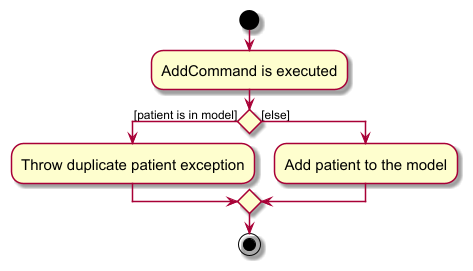
The PlantUML diagram docs/images/AddActivityDiagram.png in nus-cs2103-AY2425S1/tp, before a commit. Source of this version:
```plantuml
@startuml
skin rose
skinparam ActivityFontSize 15
skinparam ArrowFontSize 12
start
:AddCommand is executed;

if () then ([patient is in model])
    :Throw duplicate patient exception;
else ([else])
    :Add patient to the model;
endif
stop
@enduml
```
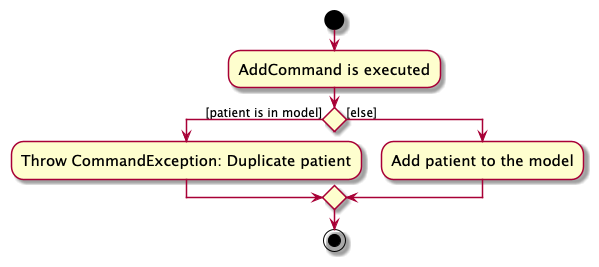
The same file after the commit.

The edit, as a diff of the source:
```diff
@@ -6,7 +6,7 @@
 :AddCommand is executed;
 
 if () then ([patient is in model])
-    :Throw duplicate patient exception;
+    :Throw CommandException: Duplicate patient;
 else ([else])
     :Add patient to the model;
 endif
```
